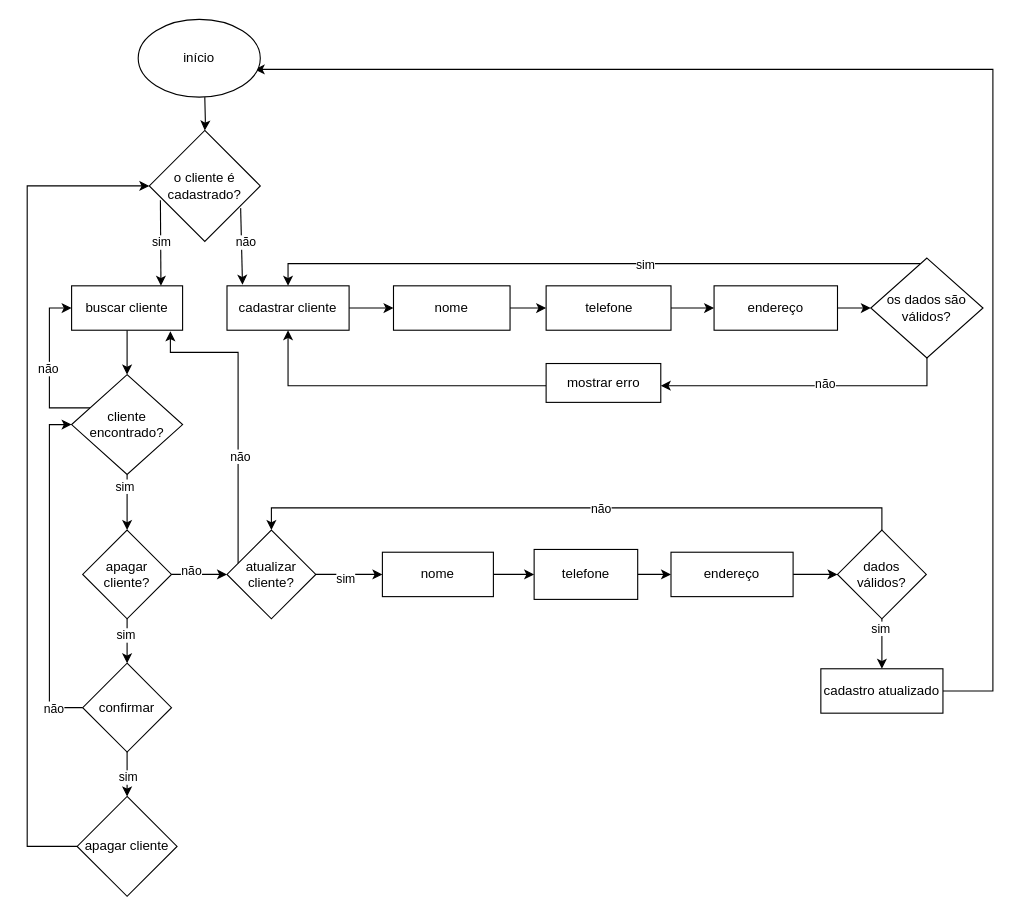
Earlier version of the draw.io diagram page "Página-2" (2 of 7) of doc/fluxograma.drawio (sarahnandynne/fluxograma.sarah). Source tidied: cells renumbered, new cells numbered last; positions are measured from the earlier drawing's top-left corner, leaving out a move shared by most shapes. Both pictures are drawn from the tidied source at 111%, with x=0, y=0 at pixel (27, 19).
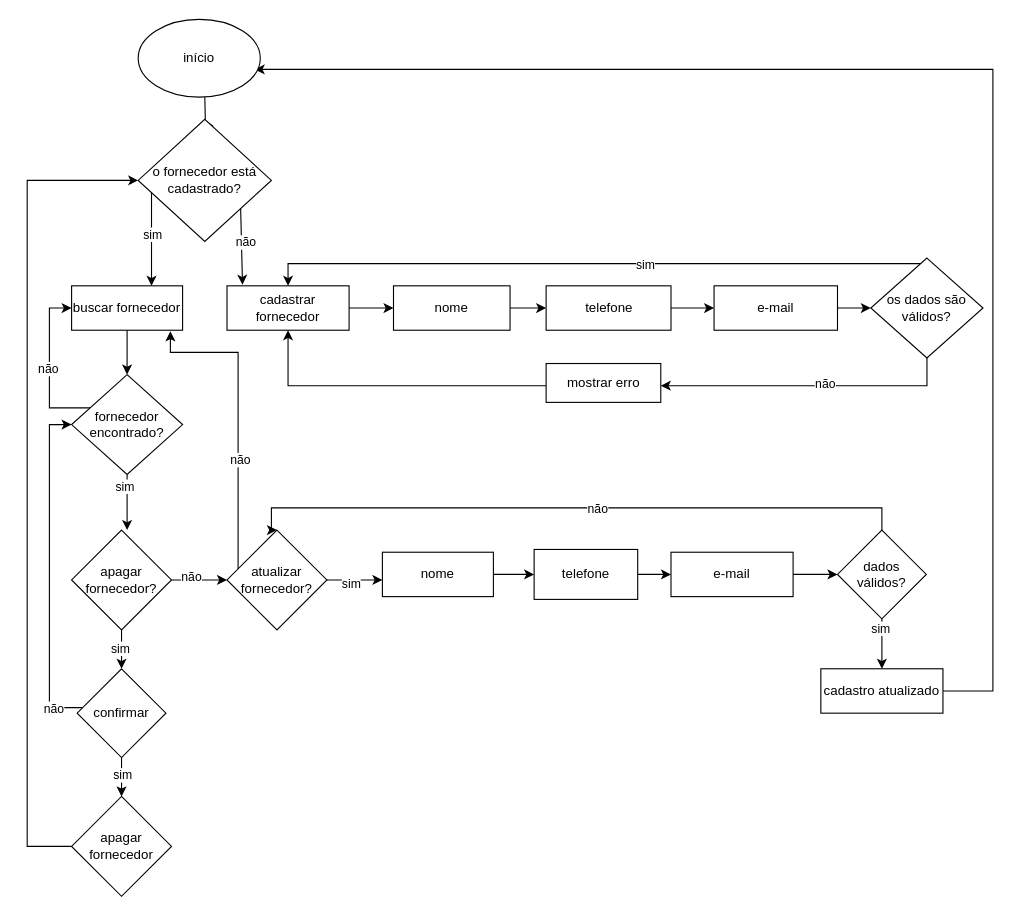
The same page after the edit.

Unchanged cells that the change refers to:
```xml
<mxCell id="48" value="nome" style="whiteSpace=wrap;html=1;rounded=0;" parent="1" vertex="1">
  <mxGeometry x="320" y="480" width="100" height="40" as="geometry" />
</mxCell>
```

The edit, as a diff of the source:
```diff
@@
-    <mxCell id="4" value="buscar cliente" style="rounded=0;whiteSpace=wrap;html=1;" parent="1" vertex="1">
+    <mxCell id="4" value="buscar fornecedor" style="rounded=0;whiteSpace=wrap;html=1;" parent="1" vertex="1">
       <mxGeometry x="40" y="240" width="100" height="40" as="geometry" />
     </mxCell>
@@
-    <mxCell id="6" value="cadastrar cliente" style="rounded=0;whiteSpace=wrap;html=1;" parent="1" vertex="1">
+    <mxCell id="6" value="cadastrar fornecedor" style="rounded=0;whiteSpace=wrap;html=1;" parent="1" vertex="1">
       <mxGeometry x="180" y="240" width="110" height="40" as="geometry" />
     </mxCell>
@@
-    <mxCell id="12" value="endereço" style="whiteSpace=wrap;html=1;rounded=0;" parent="1" vertex="1">
+    <mxCell id="12" value="e-mail" style="whiteSpace=wrap;html=1;rounded=0;" parent="1" vertex="1">
       <mxGeometry x="618.8" y="240" width="111.2" height="40" as="geometry" />
     </mxCell>
@@
-    <mxCell id="20" style="endArrow=classic;html=1;rounded=0;exitX=0.1;exitY=0.63;exitDx=0;exitDy=0;exitPerimeter=0;" parent="1" edge="1" source="22">
+    <mxCell id="20" style="endArrow=classic;html=1;rounded=0;exitX=0.1;exitY=0.63;exitDx=0;exitDy=0;exitPerimeter=0;" parent="1" edge="1">
       <mxGeometry relative="1" as="geometry">
-        <mxPoint x="120.5" y="240" as="targetPoint" />
+        <mxPoint x="112" y="149.3" as="sourcePoint" />
+        <mxPoint x="112" y="240" as="targetPoint" />
       </mxGeometry>
     </mxCell>
@@
-    <mxCell id="22" value="o cliente é cadastrado?" style="rhombus;whiteSpace=wrap;html=1;" parent="1" vertex="1">
-      <mxGeometry x="110" y="100" width="100" height="100" as="geometry" />
+    <mxCell id="22" value="o fornecedor está cadastrado?" style="rhombus;whiteSpace=wrap;html=1;" parent="1" vertex="1">
+      <mxGeometry x="100" y="90" width="120" height="110" as="geometry" />
     </mxCell>
@@
-    <mxCell id="29" value="cliente encontrado?" style="rhombus;whiteSpace=wrap;html=1;rounded=0;" parent="1" vertex="1">
+    <mxCell id="29" value="fornecedor encontrado?" style="rhombus;whiteSpace=wrap;html=1;rounded=0;" parent="1" vertex="1">
       <mxGeometry x="40" y="320" width="100" height="90" as="geometry" />
     </mxCell>
@@
     <mxCell id="32" style="edgeStyle=orthogonalEdgeStyle;rounded=0;jettySize=auto;html=1;" parent="1" edge="1" source="34" target="44">
-      <mxGeometry relative="1" as="geometry" />
+      <mxGeometry relative="1" as="geometry">
+        <Array as="points">
+          <mxPoint x="170" y="505" />
+          <mxPoint x="170" y="505" />
+        </Array>
+      </mxGeometry>
     </mxCell>
@@
-    <mxCell id="34" value="apagar cliente?" style="rhombus;whiteSpace=wrap;html=1;rounded=0;" parent="1" vertex="1">
-      <mxGeometry x="50" y="460" width="80" height="80" as="geometry" />
+    <mxCell id="34" value="apagar fornecedor?" style="rhombus;whiteSpace=wrap;html=1;rounded=0;" parent="1" vertex="1">
+      <mxGeometry x="40" y="460" width="90" height="90" as="geometry" />
     </mxCell>
@@
     <mxCell id="39" value="confirmar" style="rhombus;whiteSpace=wrap;html=1;rounded=0;" parent="1" vertex="1">
-      <mxGeometry x="50" y="580" width="80" height="80" as="geometry" />
+      <mxGeometry x="45" y="585" width="80" height="80" as="geometry" />
     </mxCell>
     <mxCell id="40" style="edgeStyle=orthogonalEdgeStyle;rounded=0;jettySize=auto;html=1;entryX=0;entryY=0.5;entryDx=0;entryDy=0;" parent="1" edge="1" source="41" target="22">
       <mxGeometry relative="1" as="geometry">
         <Array as="points">
           <mxPoint y="745" />
-          <mxPoint y="150" />
+          <mxPoint y="145" />
         </Array>
       </mxGeometry>
     </mxCell>
-    <mxCell id="41" value="apagar cliente" style="rhombus;whiteSpace=wrap;html=1;rounded=0;" parent="1" vertex="1">
-      <mxGeometry x="45" y="700" width="90" height="90" as="geometry" />
+    <mxCell id="41" value="apagar fornecedor" style="rhombus;whiteSpace=wrap;html=1;rounded=0;" parent="1" vertex="1">
+      <mxGeometry x="40" y="700" width="90" height="90" as="geometry" />
     </mxCell>
     <mxCell id="42" style="edgeStyle=orthogonalEdgeStyle;rounded=0;jettySize=auto;html=1;" parent="1" edge="1" source="44" target="48">
-      <mxGeometry relative="1" as="geometry" />
+      <mxGeometry relative="1" as="geometry">
+        <Array as="points">
+          <mxPoint x="310" y="505" />
+          <mxPoint x="310" y="505" />
+        </Array>
+      </mxGeometry>
     </mxCell>
@@
-    <mxCell id="44" value="atualizar cliente?" style="rhombus;whiteSpace=wrap;html=1;rounded=0;" parent="1" vertex="1">
-      <mxGeometry x="180" y="460" width="80" height="80" as="geometry" />
+    <mxCell id="44" value="atualizar fornecedor?" style="rhombus;whiteSpace=wrap;html=1;rounded=0;" parent="1" vertex="1">
+      <mxGeometry x="180" y="460" width="90" height="90" as="geometry" />
     </mxCell>
@@
-    <mxCell id="52" value="endereço" style="whiteSpace=wrap;html=1;rounded=0;" parent="1" vertex="1">
+    <mxCell id="52" value="e-mail" style="whiteSpace=wrap;html=1;rounded=0;" parent="1" vertex="1">
       <mxGeometry x="580" y="480" width="110" height="40" as="geometry" />
     </mxCell>
```
